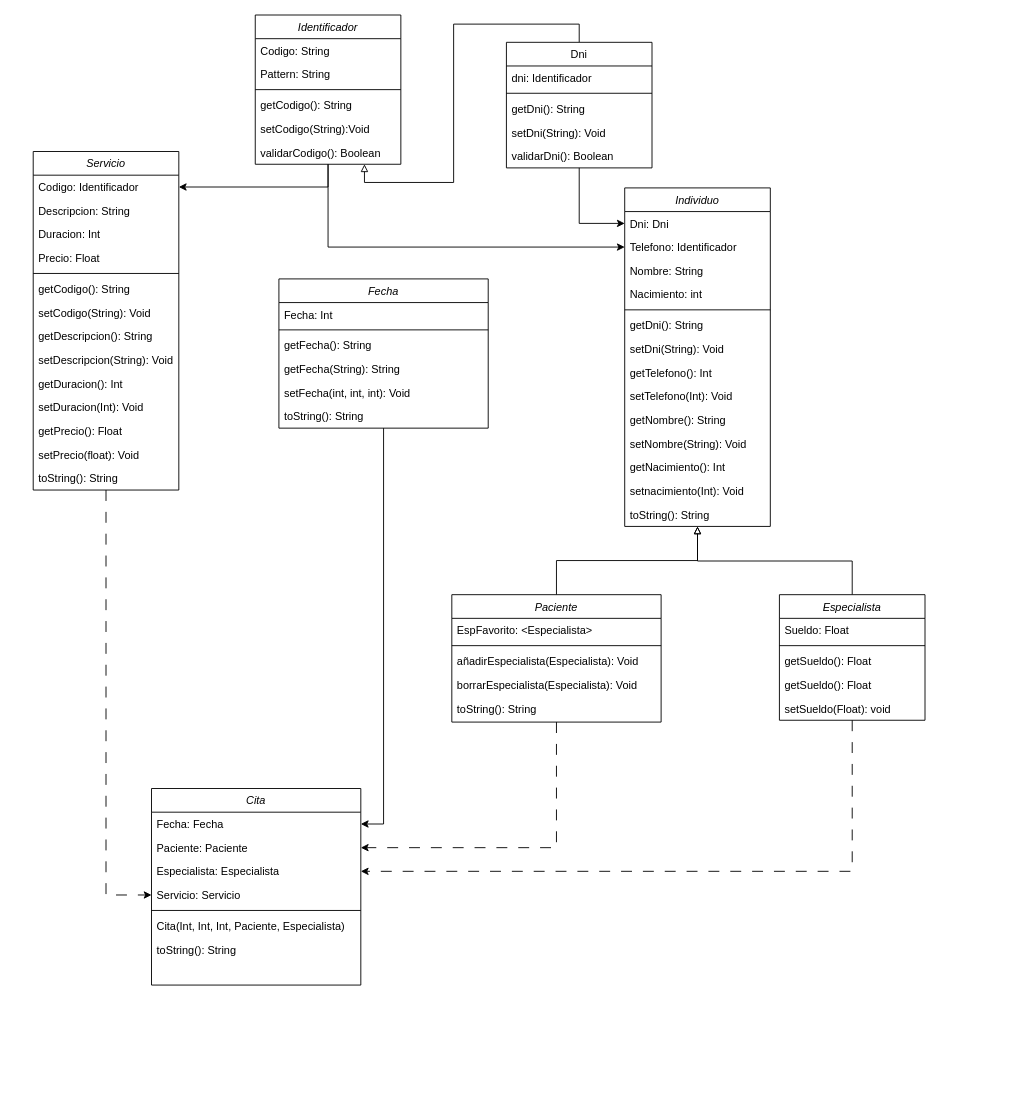
Earlier version of the draw.io diagram Proyecto_Clinica.drawio (Buhuk/diagramas). Source tidied: cells renumbered, new cells numbered last; positions are measured from the earlier drawing's top-left corner, leaving out a move shared by most shapes. Both pictures are drawn from the tidied source at 91%, with x=0, y=0 at pixel (33, 15).
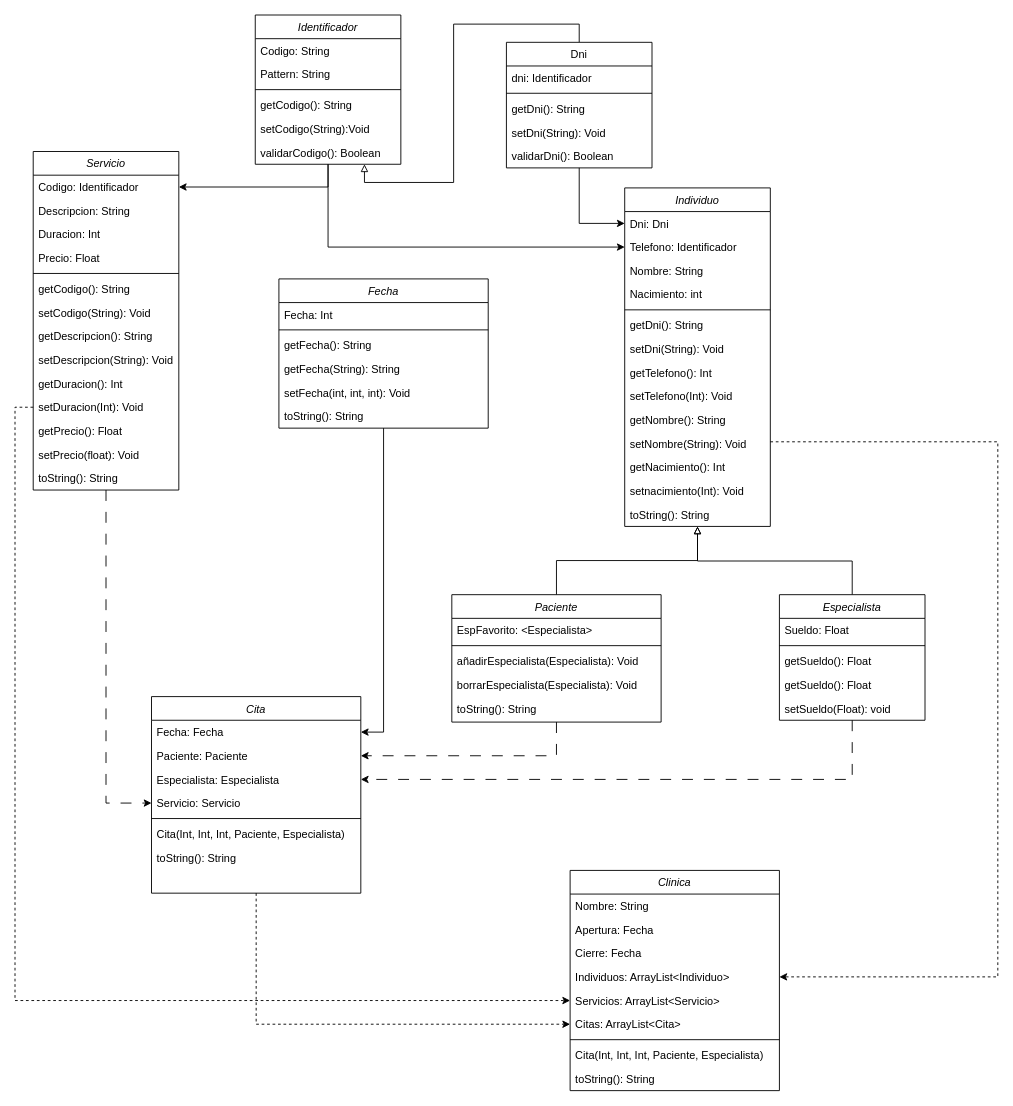
The same diagram, later.

Unchanged cells that the change refers to:
```xml
<mxCell id="20" value="Individuo" style="swimlane;fontStyle=2;align=center;verticalAlign=top;horizontal=1;startSize=26;rounded=0;shadow=0;strokeWidth=1;" parent="1" vertex="1">
  <mxGeometry x="650" y="190" width="160" height="372" as="geometry" />
</mxCell>
<mxCell id="47" value="setDuracion(Int): Void" style="text;align=left;verticalAlign=top;spacingLeft=4;spacingRight=4;overflow=hidden;points=[[0,0.5],[1,0.5]];portConstraint=eastwest;" parent="36" vertex="1">
  <mxGeometry y="268" width="160" height="26" as="geometry" />
</mxCell>
```

The edit, as a diff of the source:
```diff
@@
+    <mxCell id="82" style="edgeStyle=orthogonalEdgeStyle;rounded=0;jettySize=auto;html=1;exitX=1;exitY=0.75;exitDx=0;exitDy=0;dashed=1;" parent="1" edge="1" source="20" target="88">
+      <mxGeometry relative="1" as="geometry">
+        <Array as="points">
+          <mxPoint x="1060" y="469" />
+          <mxPoint x="1060" y="1057" />
+        </Array>
+      </mxGeometry>
+    </mxCell>
@@
+    <mxCell id="83" style="edgeStyle=orthogonalEdgeStyle;rounded=0;jettySize=auto;html=1;exitX=0.5;exitY=1;exitDx=0;exitDy=0;entryX=0;entryY=0.5;entryDx=0;entryDy=0;dashed=1;" parent="1" edge="1" source="66" target="90">
+      <mxGeometry relative="1" as="geometry" />
+    </mxCell>
     <mxCell id="66" value="Cita" style="swimlane;fontStyle=2;align=center;verticalAlign=top;horizontal=1;startSize=26;rounded=0;shadow=0;strokeWidth=1;" parent="1" vertex="1">
-      <mxGeometry x="130" y="850" width="230" height="216" as="geometry" />
+      <mxGeometry x="130" y="749" width="230" height="216" as="geometry" />
     </mxCell>
@@
+    <mxCell id="84" value="Clinica" style="swimlane;fontStyle=2;align=center;verticalAlign=top;horizontal=1;startSize=26;rounded=0;shadow=0;strokeWidth=1;" parent="1" vertex="1">
+      <mxGeometry x="590" y="940" width="230" height="242" as="geometry" />
+    </mxCell>
+    <mxCell id="85" value="Nombre: String" style="text;align=left;verticalAlign=top;spacingLeft=4;spacingRight=4;overflow=hidden;" parent="84" vertex="1">
+      <mxGeometry y="26" width="230" height="26" as="geometry" />
+    </mxCell>
+    <mxCell id="86" value="Apertura: Fecha" style="text;align=left;verticalAlign=top;spacingLeft=4;spacingRight=4;overflow=hidden;" parent="84" vertex="1">
+      <mxGeometry y="52" width="230" height="26" as="geometry" />
+    </mxCell>
+    <mxCell id="87" value="Cierre: Fecha" style="text;align=left;verticalAlign=top;spacingLeft=4;spacingRight=4;overflow=hidden;" parent="84" vertex="1">
+      <mxGeometry y="78" width="230" height="26" as="geometry" />
+    </mxCell>
+    <mxCell id="88" value="Individuos: ArrayList&lt;Individuo&gt;" style="text;align=left;verticalAlign=top;spacingLeft=4;spacingRight=4;overflow=hidden;points=[[0,0.5],[1,0.5]];portConstraint=eastwest;" parent="84" vertex="1">
+      <mxGeometry y="104" width="230" height="26" as="geometry" />
+    </mxCell>
+    <mxCell id="89" value="Servicios: ArrayList&lt;Servicio&gt;" style="text;align=left;verticalAlign=top;spacingLeft=4;spacingRight=4;overflow=hidden;points=[[0,0.5],[1,0.5]];portConstraint=eastwest;" parent="84" vertex="1">
+      <mxGeometry y="130" width="230" height="26" as="geometry" />
+    </mxCell>
+    <mxCell id="90" value="Citas: ArrayList&lt;Cita&gt;" style="text;align=left;verticalAlign=top;spacingLeft=4;spacingRight=4;overflow=hidden;points=[[0,0.5],[1,0.5]];portConstraint=eastwest;" parent="84" vertex="1">
+      <mxGeometry y="156" width="230" height="26" as="geometry" />
+    </mxCell>
+    <mxCell id="91" style="line;html=1;strokeWidth=1;align=left;verticalAlign=middle;spacingTop=-1;spacingLeft=3;spacingRight=3;labelPosition=right;" parent="84" vertex="1">
+      <mxGeometry y="182" width="230" height="8" as="geometry" />
+    </mxCell>
+    <mxCell id="92" value="Cita(Int, Int, Int, Paciente, Especialista)" style="text;align=left;verticalAlign=top;spacingLeft=4;spacingRight=4;overflow=hidden;" parent="84" vertex="1">
+      <mxGeometry y="190" width="230" height="26" as="geometry" />
+    </mxCell>
+    <mxCell id="93" value="toString(): String" style="text;align=left;verticalAlign=top;spacingLeft=4;spacingRight=4;overflow=hidden;" parent="84" vertex="1">
+      <mxGeometry y="216" width="230" height="26" as="geometry" />
+    </mxCell>
+    <mxCell id="94" style="edgeStyle=orthogonalEdgeStyle;rounded=0;jettySize=auto;html=1;exitX=0;exitY=0.5;exitDx=0;exitDy=0;entryX=0;entryY=0.5;entryDx=0;entryDy=0;dashed=1;" parent="1" edge="1" source="47" target="89">
+      <mxGeometry relative="1" as="geometry" />
+    </mxCell>
```
